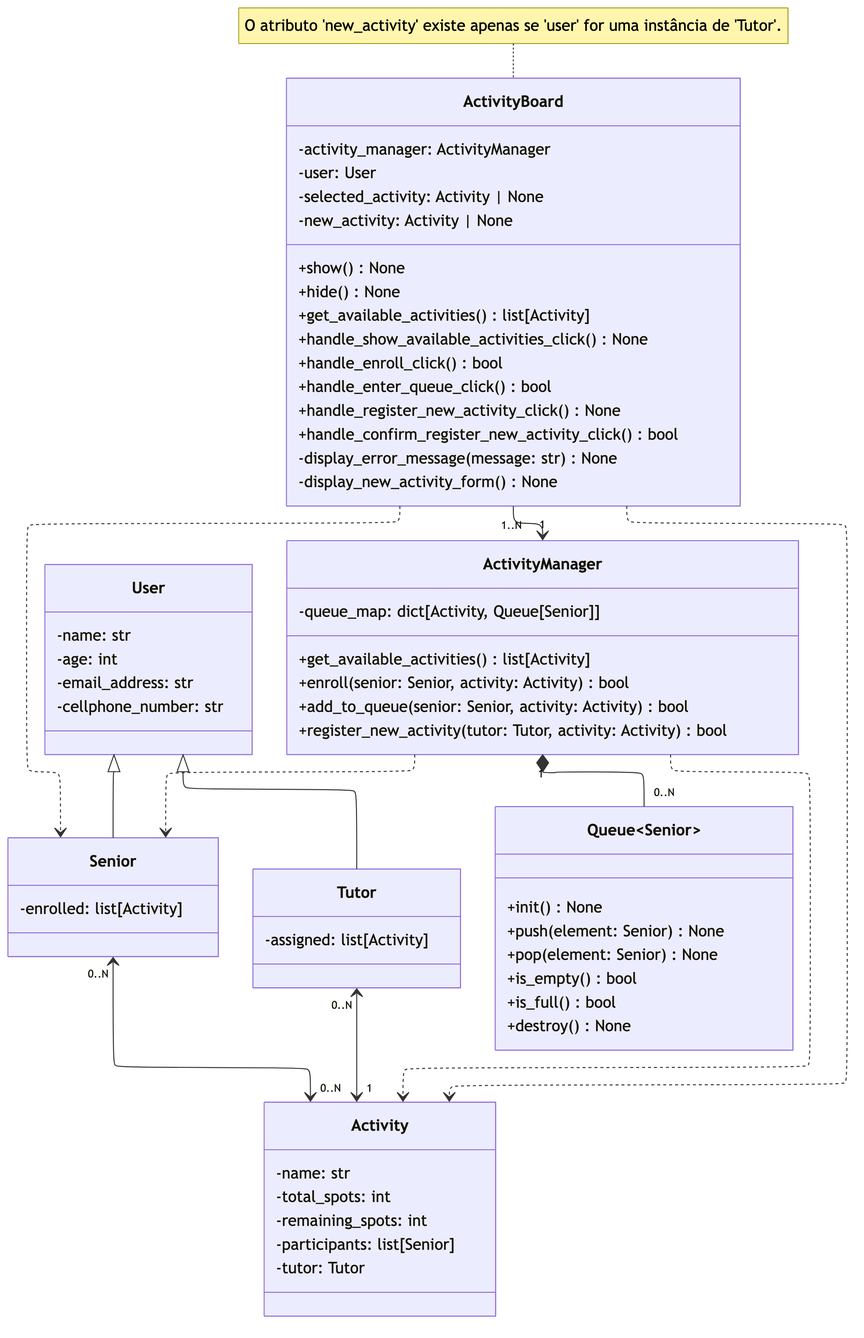
Above: diagrams/images/class_diagram_sprint_2.png in mldcastro/eng-soft (Mermaid), before the change. Its source is kept beside it as diagrams/class_diagram_sprint_2.mmd.
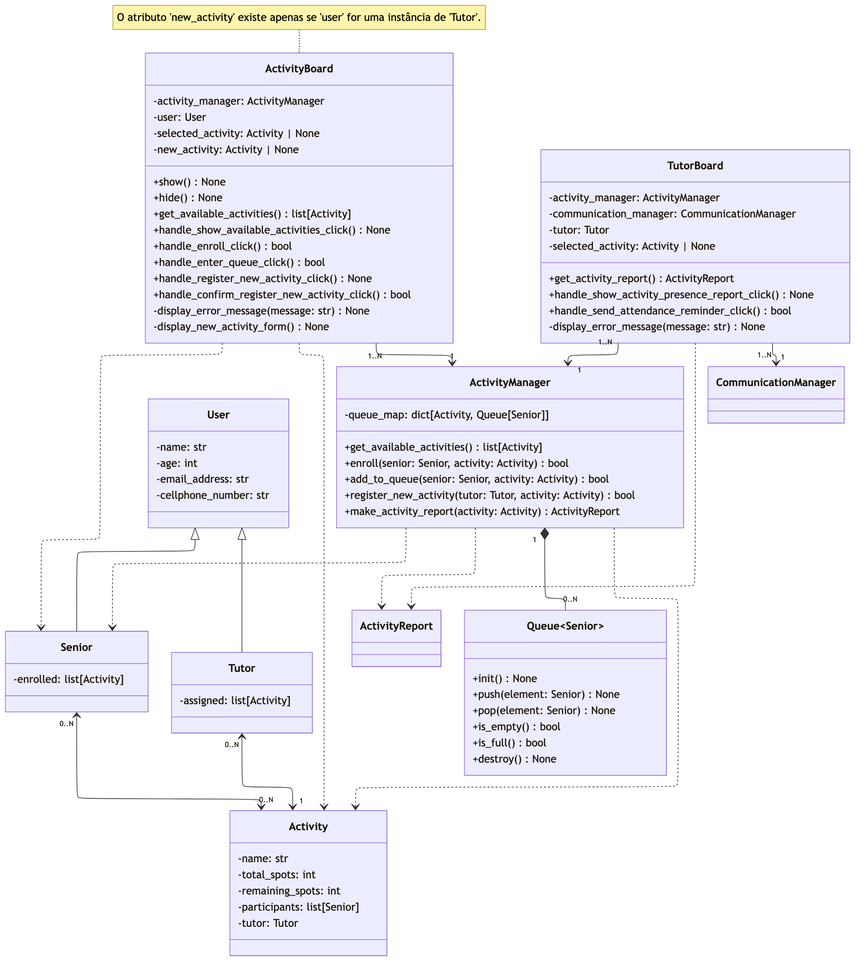
Above is the later version.

Commit message:
[Sprint 2] Diagrama de classe engloba caso de uso UC12

Diff of the diagram source:
```diff
@@ -11,6 +11,7 @@
     Tutor
 
     Activity
+    ActivityReport
     ActivityBoard
     TutorBoard
     ActivityManager
@@ -20,6 +21,7 @@
     ConversationView
     ConversationManager
     ChatDatabase
+
     CommunicationManager
 
 
@@ -28,13 +30,16 @@
 
     Senior "0..N" <--> "0..N" Activity
     Tutor "0..N" <--> "1" Activity
+    ActivityBoard "1..N" --> "1" ActivityManager
+    TutorBoard "1..N" --> "1" ActivityManager
+    TutorBoard "1..N" --> "1" CommunicationManager
 
     ActivityBoard ..> Senior
     ActivityManager ..> Senior
     ActivityBoard ..> Activity
     ActivityManager ..> Activity
-
-    ActivityBoard "1..N" --> "1" ActivityManager
+    ActivityManager ..> ActivityReport
+    TutorBoard ..> ActivityReport
 
     ActivityManager "1" *-- "0..N" Queue~Senior~
 
@@ -61,6 +66,8 @@
       -tutor: Tutor
     }
 
+    class ActivityReport
+
     note for ActivityBoard "O atributo 'new_activity' existe apenas se 'user' for uma instância de 'Tutor'."
     class ActivityBoard {
       -activity_manager: ActivityManager
@@ -81,6 +88,19 @@
       -display_new_activity_form() None
     }
 
+    class TutorBoard {
+      -activity_manager: ActivityManager
+      -communication_manager: CommunicationManager
+      -tutor: Tutor
+      -selected_activity: Activity | None
+
+      +get_activity_report() ActivityReport
+      +handle_show_activity_presence_report_click() None
+      +handle_send_attendance_reminder_click() bool
+
+      -display_error_message(message: str) None
+    }
+
     class ActivityManager {
       -queue_map: dict[Activity, Queue[Senior]]
 
@@ -88,6 +108,7 @@
       +enroll(senior: Senior, activity: Activity) bool
       +add_to_queue(senior: Senior, activity: Activity) bool
       +register_new_activity(tutor: Tutor, activity: Activity) bool
+      +make_activity_report(activity: Activity) ActivityReport
     }
 
     class Queue~Senior~ {
@@ -98,3 +119,5 @@
       +is_full() bool
       +destroy() None
     }
+
+    class CommunicationManager
```
